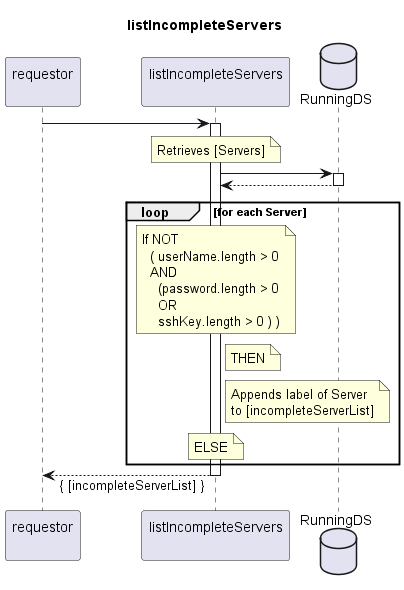
openBackhaul/FirmWareManager keeps this PlantUML diagram as spec/Services/listIncompleteServers/1.0.0/listIncompleteServers.png. Above is the earlier version. Its diagram source:
```plantuml
@startuml listIncompleteServers
skinparam responseMessageBelowArrow true

title
  listIncompleteServers
end title

participant "requestor\n" as requestor
participant "listIncompleteServers\n" as indServ
database "RunningDS" as RunDS

requestor -> indServ
activate indServ

  note over indServ
    Retrieves [Servers]
  end note
  indServ -> RunDS
  activate RunDS
  indServ <-- RunDS
  deactivate RunDS

  loop for each Server
    note over indServ
      If NOT
        ( userName.length > 0
        AND
          (password.length > 0
          OR
          sshKey.length > 0 ) )
    end note
    note right indServ
      THEN
    end note
    note right indServ
      Appends label of Server
      to [incompleteServerList]
    end note
    note over indServ
      ELSE
    end note
  end loop

requestor <-- indServ: { [incompleteServerList] }
deactivate indServ

@enduml
```
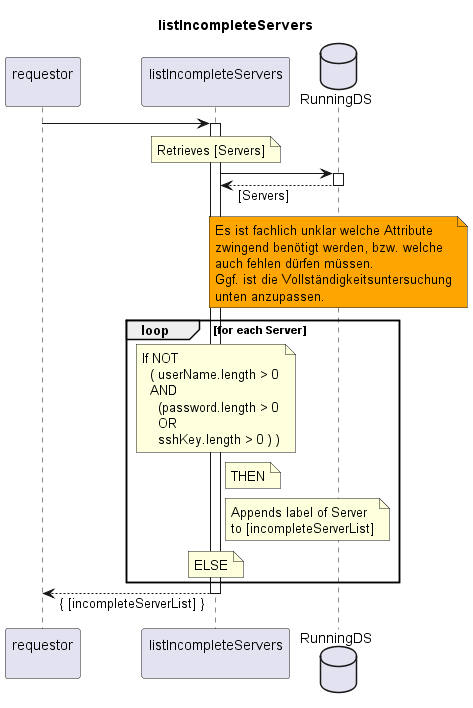
Above is the later version.

Change to the diagram source:
```diff
@@ -17,8 +17,16 @@
   end note
   indServ -> RunDS
   activate RunDS
-  indServ <-- RunDS
+  indServ <-- RunDS: [Servers]
   deactivate RunDS
+
+  note over RunDS #Orange
+    Es ist fachlich unklar welche Attribute
+    zwingend benötigt werden, bzw. welche
+    auch fehlen dürfen müssen.
+    Ggf. ist die Vollständigkeitsuntersuchung
+    unten anzupassen.
+  end note
 
   loop for each Server
     note over indServ
```
